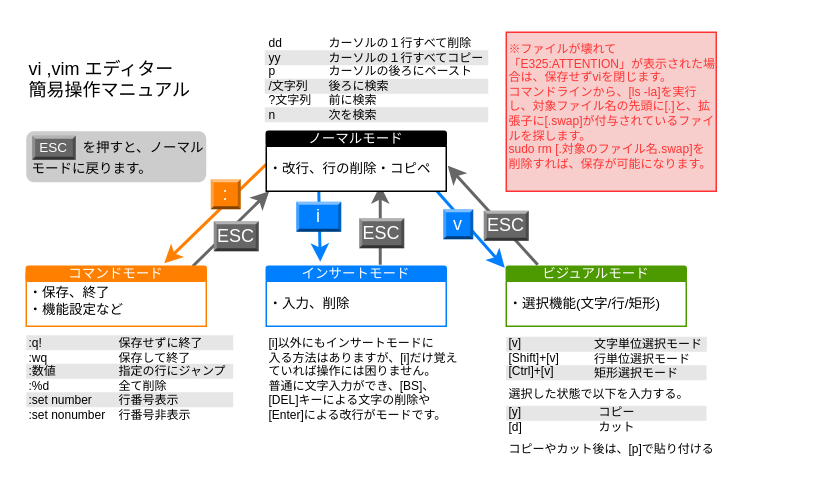
The draw.io diagram page "viエディタ説明" (10 of 10) of AWS研修_WEBアプリ_挿絵.drawio in reizo0901/Doc, before the edit. Source tidied: cells renumbered, new cells numbered last; positions are measured from the earlier drawing's top-left corner, leaving out a move shared by most shapes. Both pictures are drawn from the tidied source at 150%, with x=0, y=0 at pixel (26, 26).
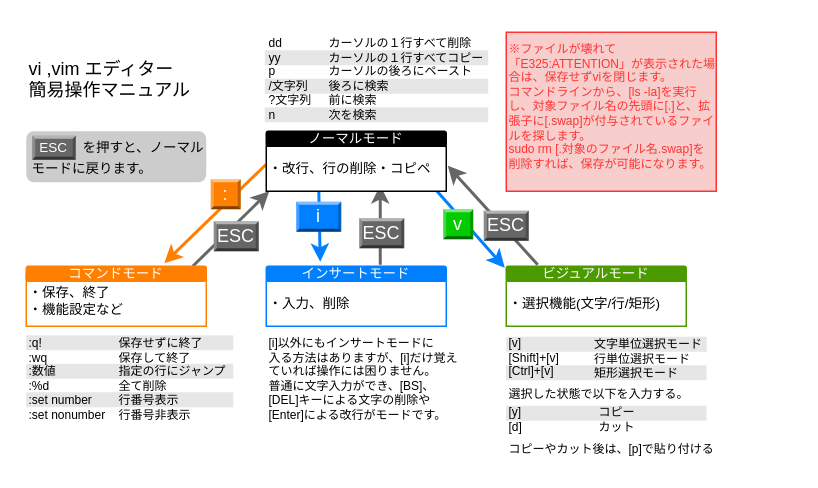
The same diagram, later.

Change to the diagram source:
```diff
@@
-    <mxCell id="33" value="v" style="labelPosition=center;verticalLabelPosition=middle;align=center;html=1;shape=mxgraph.basic.shaded_button;dx=2;fillColor=#007FFF;strokeColor=none;whiteSpace=wrap;fillOpacity=100;fontColor=#FFFFFF;" parent="1" vertex="1">
+    <mxCell id="33" value="v" style="labelPosition=center;verticalLabelPosition=middle;align=center;html=1;shape=mxgraph.basic.shaded_button;dx=2;fillColor=#00CC00;strokeColor=none;whiteSpace=wrap;fillOpacity=100;fontColor=#FFFFFF;" parent="1" vertex="1">
       <mxGeometry x="278" y="122" width="20" height="20" as="geometry" />
     </mxCell>
```
